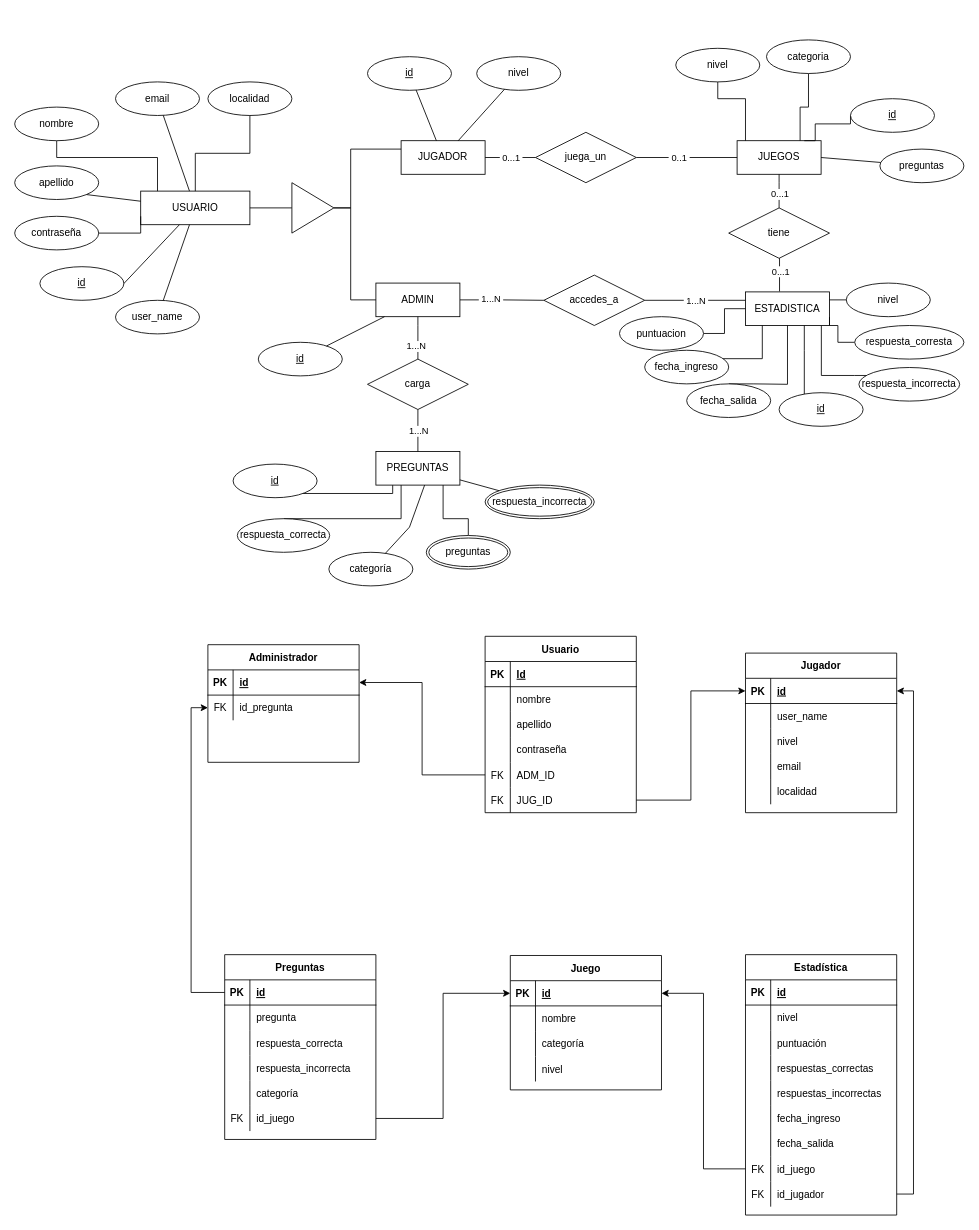
Above: MER y tablas Proyecto Final.drawio in 0Guillermo/proyecto-final-de-web (draw.io), before the change. Source tidied: cells renumbered, new cells numbered last; positions are measured from the earlier drawing's top-left corner, leaving out a move shared by most shapes. Both pictures are drawn from the tidied source at 84%, with x=0, y=0 at pixel (14, 39).
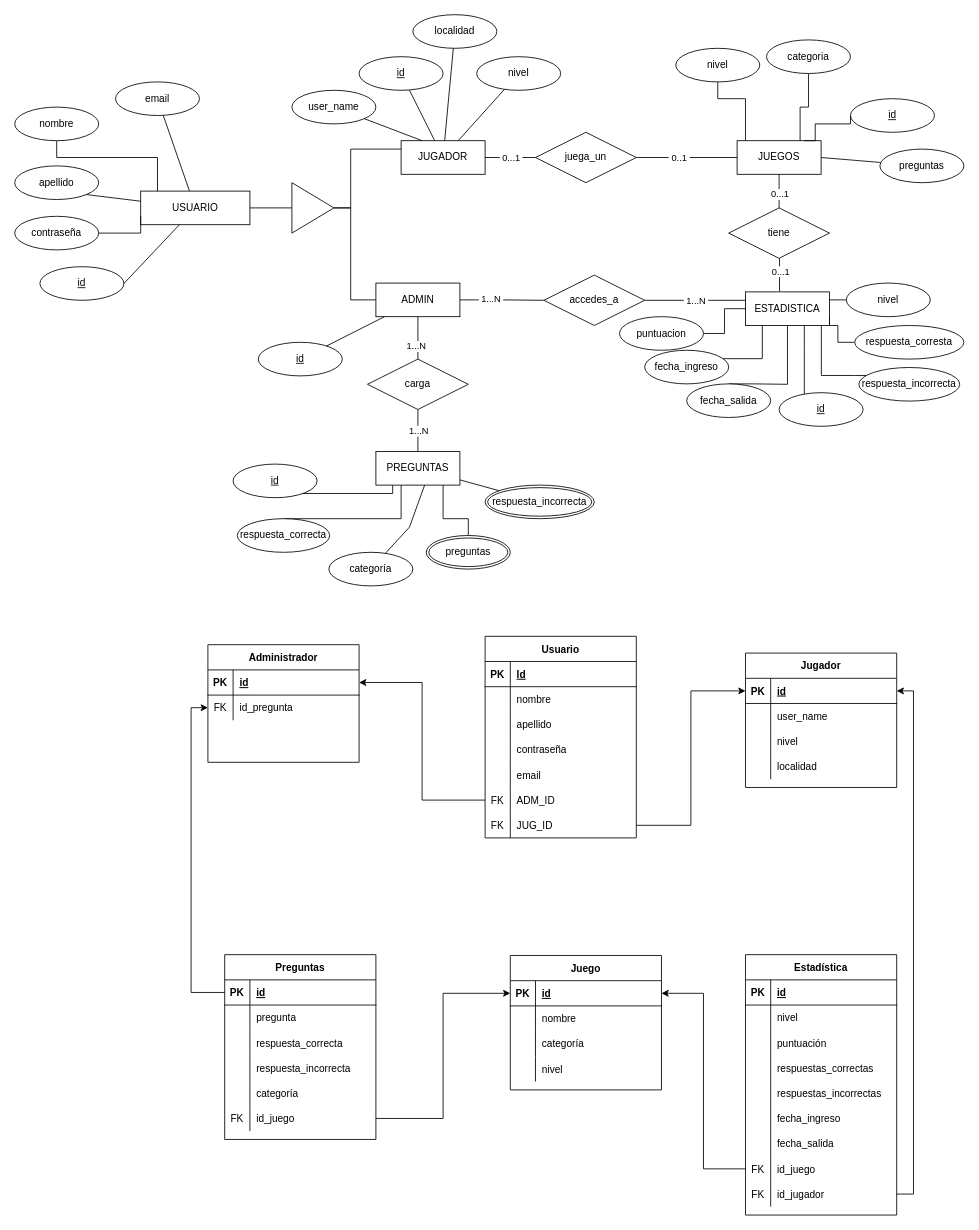
Above is the later version.

Commit message:
Algunos cambios en el MER y las tablas

The change refers to these unchanged cells:
```xml
<mxCell id="5" value="JUGADOR" style="whiteSpace=wrap;html=1;align=center;" parent="1" vertex="1">
  <mxGeometry x="460" y="120" width="100" height="40" as="geometry" />
</mxCell>
<mxCell id="10" value="USUARIO" style="whiteSpace=wrap;html=1;align=center;" parent="1" vertex="1">
  <mxGeometry x="150" y="180" width="130" height="40" as="geometry" />
</mxCell>
```

Change to the diagram source:
```diff
@@
-    <mxCell id="30" style="edgeStyle=orthogonalEdgeStyle;rounded=0;jettySize=auto;html=1;endArrow=none;endFill=0;" parent="1" edge="1" source="31" target="10">
-      <mxGeometry relative="1" as="geometry" />
-    </mxCell>
     <mxCell id="31" value="localidad" style="ellipse;whiteSpace=wrap;html=1;align=center;" parent="1" vertex="1">
-      <mxGeometry x="230" y="50" width="100" height="40" as="geometry" />
+      <mxGeometry x="474" y="-30" width="100" height="40" as="geometry" />
     </mxCell>
@@
     <mxCell id="67" value="Usuario" style="shape=table;startSize=30;childLayout=tableLayout;rowLines=0;fontStyle=1;align=center;" parent="1" vertex="1">
-      <mxGeometry x="560" y="710" width="180" height="210" as="geometry" />
+      <mxGeometry x="560" y="710" width="180" height="240" as="geometry" />
     </mxCell>
@@
+    <mxCell id="121" style="shape=partialRectangle;fillColor=none;top=0;left=0;bottom=0;right=0;" parent="67" vertex="1">
+      <mxGeometry y="150" width="180" height="30" as="geometry" />
+    </mxCell>
+    <mxCell id="122" style="shape=partialRectangle;fillColor=none;top=0;left=0;bottom=0;right=0;overflow=hidden;" parent="121" vertex="1">
+      <mxGeometry width="30" height="30" as="geometry" />
+    </mxCell>
+    <mxCell id="123" value="email" style="shape=partialRectangle;fillColor=none;top=0;left=0;bottom=0;right=0;align=left;spacingLeft=6;overflow=hidden;" parent="121" vertex="1">
+      <mxGeometry x="30" width="150" height="30" as="geometry" />
+    </mxCell>
     <mxCell id="80" style="shape=partialRectangle;fillColor=none;top=0;left=0;bottom=0;right=0;points=[[0,0.5],[1,0.5]];portConstraint=eastwest;" parent="67" vertex="1">
-      <mxGeometry y="150" width="180" height="30" as="geometry" />
+      <mxGeometry y="180" width="180" height="30" as="geometry" />
     </mxCell>
@@
     <mxCell id="83" style="shape=partialRectangle;fillColor=none;top=0;left=0;bottom=0;right=0;points=[[0,0.5],[1,0.5]];portConstraint=eastwest;" parent="67" vertex="1">
-      <mxGeometry y="180" width="180" height="30" as="geometry" />
+      <mxGeometry y="210" width="180" height="30" as="geometry" />
     </mxCell>
@@
     <mxCell id="97" value="user_name" style="ellipse;whiteSpace=wrap;html=1;align=center;" parent="1" vertex="1">
-      <mxGeometry x="120" y="310" width="100" height="40" as="geometry" />
+      <mxGeometry x="330" y="60" width="100" height="40" as="geometry" />
     </mxCell>
-    <mxCell id="98" style="endArrow=none;html=1;rounded=0;" parent="1" edge="1" source="10" target="97">
+    <mxCell id="98" style="endArrow=none;html=1;rounded=0;exitX=0.25;exitY=0;exitDx=0;exitDy=0;" parent="1" edge="1" source="5" target="97">
       <mxGeometry relative="1" as="geometry" />
     </mxCell>
@@
     <mxCell id="100" value="id" style="ellipse;whiteSpace=wrap;html=1;align=center;fontStyle=4;" parent="1" vertex="1">
-      <mxGeometry x="420" y="20" width="100" height="40" as="geometry" />
+      <mxGeometry x="410" y="20" width="100" height="40" as="geometry" />
     </mxCell>
@@
     <mxCell id="111" value="Jugador" style="shape=table;startSize=30;childLayout=tableLayout;rowLines=0;fontStyle=1;align=center;" parent="1" vertex="1">
-      <mxGeometry x="870" y="730" width="180" height="190" as="geometry" />
+      <mxGeometry x="870" y="730" width="180" height="160" as="geometry" />
     </mxCell>
@@
-    <mxCell id="121" style="shape=partialRectangle;fillColor=none;top=0;left=0;bottom=0;right=0;" parent="111" vertex="1">
-      <mxGeometry y="120" width="180" height="30" as="geometry" />
-    </mxCell>
-    <mxCell id="122" style="shape=partialRectangle;fillColor=none;top=0;left=0;bottom=0;right=0;overflow=hidden;" parent="121" vertex="1">
-      <mxGeometry width="30" height="30" as="geometry" />
-    </mxCell>
-    <mxCell id="123" value="email" style="shape=partialRectangle;fillColor=none;top=0;left=0;bottom=0;right=0;align=left;spacingLeft=6;overflow=hidden;" parent="121" vertex="1">
-      <mxGeometry x="30" width="150" height="30" as="geometry" />
-    </mxCell>
     <mxCell id="124" style="shape=partialRectangle;fillColor=none;top=0;left=0;bottom=0;right=0;" parent="111" vertex="1">
-      <mxGeometry y="150" width="180" height="30" as="geometry" />
+      <mxGeometry y="120" width="180" height="30" as="geometry" />
     </mxCell>
@@
+    <mxCell id="194" style="endArrow=none;html=1;rounded=0;" parent="1" edge="1" source="31" target="5">
+      <mxGeometry relative="1" as="geometry" />
+    </mxCell>
```
